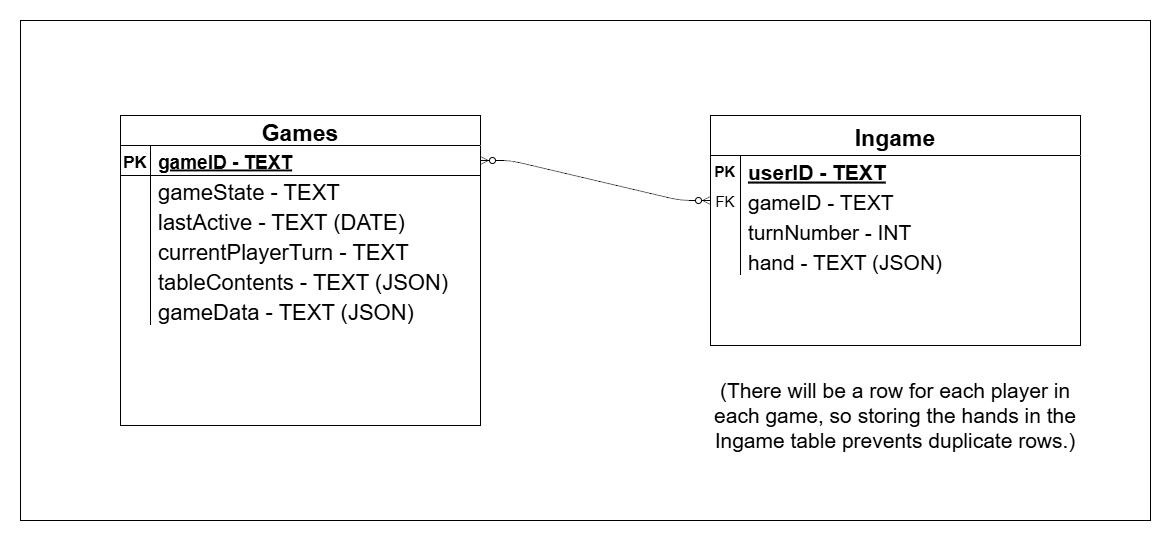
Before: ER_Diagram_Preliminary.png, a diagram exported from draw.io (wiz-rd/Rummikub). Source tidied: cells renumbered, new cells last; positions are measured from the earlier drawing's top-left corner, leaving out a move shared by most shapes.
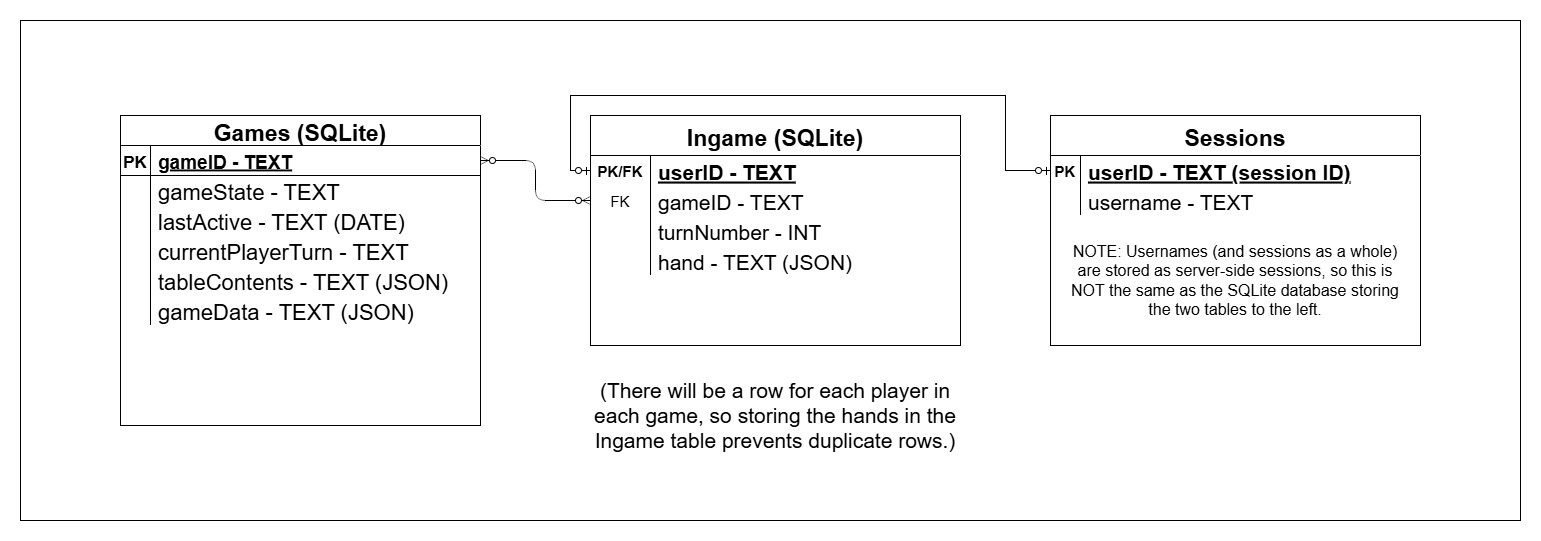
Later version of the same file.

What changed in the source:
```diff
@@ -3,51 +3,51 @@
     <mxCell id="0" />
     <mxCell id="1" parent="0" />
     <mxCell id="2" style="rounded=0;whiteSpace=wrap;html=1;fontSize=17;" parent="1" vertex="1">
-      <mxGeometry width="1130" height="500" as="geometry" />
+      <mxGeometry width="1500" height="500" as="geometry" />
     </mxCell>
-    <mxCell id="3" style="edgeStyle=entityRelationEdgeStyle;endArrow=ERzeroToMany;startArrow=ERzeroToMany;endFill=1;startFill=0;fontSize=17;" parent="1" edge="1" source="18" target="8">
+    <mxCell id="3" style="edgeStyle=orthogonalEdgeStyle;endArrow=ERzeroToMany;startArrow=ERzeroToMany;endFill=1;startFill=0;fontSize=17;" parent="1" edge="1" source="18" target="8">
       <mxGeometry relative="1" as="geometry" />
     </mxCell>
-    <mxCell id="4" value="Ingame" style="shape=table;startSize=40;rowLines=0;fontStyle=1;align=center;fontSize=23;" parent="1" vertex="1">
-      <mxGeometry x="690" y="95" width="370" height="230" as="geometry" />
+    <mxCell id="4" value="Ingame (SQLite)" style="shape=table;startSize=40;rowLines=0;fontStyle=1;align=center;fontSize=23;" parent="1" vertex="1">
+      <mxGeometry x="570" y="95" width="370" height="230" as="geometry" />
     </mxCell>
     <mxCell id="5" style="shape=partialRectangle;fillColor=none;points=[[0,0.5],[1,0.5]];portConstraint=eastwest;top=0;left=0;right=0;bottom=0;fontSize=17;labelBorderColor=none;textShadow=0;labelBackgroundColor=none;" parent="4" vertex="1">
       <mxGeometry y="40" width="370" height="30" as="geometry" />
     </mxCell>
-    <mxCell id="6" value="PK" style="shape=partialRectangle;overflow=hidden;fillColor=none;top=0;left=0;bottom=0;right=0;fontSize=15;labelBorderColor=none;fontStyle=1;" parent="5" vertex="1">
-      <mxGeometry width="30" height="30" as="geometry" />
+    <mxCell id="6" value="PK/FK" style="shape=partialRectangle;overflow=hidden;fillColor=none;top=0;left=0;bottom=0;right=0;fontSize=15;labelBorderColor=none;fontStyle=1;" parent="5" vertex="1">
+      <mxGeometry width="60" height="30" as="geometry" />
     </mxCell>
     <mxCell id="7" value="userID - TEXT" style="shape=partialRectangle;overflow=hidden;fillColor=none;top=0;left=0;bottom=0;right=0;align=left;spacingLeft=6;fontSize=21;labelBorderColor=none;fontStyle=5;" parent="5" vertex="1">
-      <mxGeometry x="30" width="340" height="30" as="geometry" />
+      <mxGeometry x="60" width="310" height="30" as="geometry" />
     </mxCell>
     <mxCell id="8" style="shape=partialRectangle;fillColor=none;points=[[0,0.5],[1,0.5]];portConstraint=eastwest;top=0;left=0;right=0;bottom=0;fontSize=17;" parent="4" vertex="1">
       <mxGeometry y="70" width="370" height="30" as="geometry" />
     </mxCell>
     <mxCell id="9" value="FK" style="shape=partialRectangle;overflow=hidden;fillColor=none;top=0;left=0;bottom=0;right=0;fontSize=15;" parent="8" vertex="1">
-      <mxGeometry width="30" height="30" as="geometry" />
+      <mxGeometry width="60" height="30" as="geometry" />
     </mxCell>
     <mxCell id="10" value="gameID - TEXT" style="shape=partialRectangle;overflow=hidden;fillColor=none;top=0;left=0;bottom=0;right=0;align=left;spacingLeft=6;fontSize=21;" parent="8" vertex="1">
-      <mxGeometry x="30" width="340" height="30" as="geometry" />
+      <mxGeometry x="60" width="310" height="30" as="geometry" />
     </mxCell>
     <mxCell id="11" style="shape=partialRectangle;fillColor=none;top=0;left=0;right=0;bottom=0;fontSize=17;" parent="4" vertex="1">
       <mxGeometry y="100" width="370" height="30" as="geometry" />
     </mxCell>
     <mxCell id="12" style="shape=partialRectangle;overflow=hidden;fillColor=none;top=0;left=0;bottom=0;right=0;fontSize=17;" parent="11" vertex="1">
-      <mxGeometry width="30" height="30" as="geometry" />
+      <mxGeometry width="60" height="30" as="geometry" />
     </mxCell>
     <mxCell id="13" value="turnNumber - INT" style="shape=partialRectangle;overflow=hidden;fillColor=none;top=0;left=0;bottom=0;right=0;align=left;spacingLeft=6;fontSize=21;" parent="11" vertex="1">
-      <mxGeometry x="30" width="340" height="30" as="geometry" />
+      <mxGeometry x="60" width="310" height="30" as="geometry" />
     </mxCell>
     <mxCell id="14" style="shape=partialRectangle;fillColor=none;top=0;left=0;right=0;bottom=0;fontSize=17;" parent="4" vertex="1">
       <mxGeometry y="130" width="370" height="30" as="geometry" />
     </mxCell>
     <mxCell id="15" style="shape=partialRectangle;overflow=hidden;fillColor=none;top=0;left=0;bottom=0;right=0;fontSize=17;" parent="14" vertex="1">
-      <mxGeometry width="30" height="30" as="geometry" />
+      <mxGeometry width="60" height="30" as="geometry" />
     </mxCell>
     <mxCell id="16" value="hand - TEXT (JSON)" style="shape=partialRectangle;overflow=hidden;fillColor=none;top=0;left=0;bottom=0;right=0;align=left;spacingLeft=6;fontSize=21;" parent="14" vertex="1">
-      <mxGeometry x="30" width="340" height="30" as="geometry" />
+      <mxGeometry x="60" width="310" height="30" as="geometry" />
     </mxCell>
-    <mxCell id="17" value="Games" style="shape=table;startSize=30;rowLines=0;fontStyle=1;align=center;fontSize=23;" parent="1" vertex="1">
+    <mxCell id="17" value="Games (SQLite)" style="shape=table;startSize=30;rowLines=0;fontStyle=1;align=center;fontSize=23;" parent="1" vertex="1">
       <mxGeometry x="100" y="95" width="360" height="310" as="geometry" />
     </mxCell>
     <mxCell id="18" style="shape=partialRectangle;fillColor=none;points=[[0,0.5],[1,0.5]];portConstraint=eastwest;top=0;left=0;right=0;bottom=1;fontSize=17;" parent="17" vertex="1">
@@ -105,7 +105,41 @@
       <mxGeometry x="30" width="330" height="30" as="geometry" />
     </mxCell>
     <mxCell id="36" value="(There will be a row for each player in each game, so storing the hands in the Ingame table prevents duplicate rows.)" style="text;html=1;align=center;verticalAlign=middle;whiteSpace=wrap;rounded=0;fontSize=21;" parent="1" vertex="1">
-      <mxGeometry x="690" y="345" width="370" height="100" as="geometry" />
+      <mxGeometry x="570" y="345" width="370" height="100" as="geometry" />
     </mxCell>
+    <mxCell id="37" value="Sessions" style="shape=table;startSize=40;rowLines=0;fontStyle=1;align=center;fontSize=23;" parent="1" vertex="1">
+      <mxGeometry x="1030" y="95" width="370" height="230" as="geometry" />
+    </mxCell>
+    <mxCell id="38" style="shape=partialRectangle;fillColor=none;points=[[0,0.5],[1,0.5]];portConstraint=eastwest;top=0;left=0;right=0;bottom=0;fontSize=17;labelBorderColor=none;textShadow=0;labelBackgroundColor=none;" parent="37" vertex="1">
+      <mxGeometry y="40" width="370" height="30" as="geometry" />
+    </mxCell>
+    <mxCell id="39" value="PK" style="shape=partialRectangle;overflow=hidden;fillColor=none;top=0;left=0;bottom=0;right=0;fontSize=15;labelBorderColor=none;fontStyle=1;" parent="38" vertex="1">
+      <mxGeometry width="30" height="30" as="geometry" />
+    </mxCell>
+    <mxCell id="40" value="userID - TEXT (session ID)" style="shape=partialRectangle;overflow=hidden;fillColor=none;top=0;left=0;bottom=0;right=0;align=left;spacingLeft=6;fontSize=21;labelBorderColor=none;fontStyle=5;" parent="38" vertex="1">
+      <mxGeometry x="30" width="340" height="30" as="geometry" />
+    </mxCell>
+    <mxCell id="41" style="shape=partialRectangle;fillColor=none;top=0;left=0;right=0;bottom=0;fontSize=17;" parent="37" vertex="1">
+      <mxGeometry y="70" width="370" height="30" as="geometry" />
+    </mxCell>
+    <mxCell id="42" style="shape=partialRectangle;overflow=hidden;fillColor=none;top=0;left=0;bottom=0;right=0;fontSize=15;" parent="41" vertex="1">
+      <mxGeometry width="30" height="30" as="geometry" />
+    </mxCell>
+    <mxCell id="43" value="username - TEXT" style="shape=partialRectangle;overflow=hidden;fillColor=none;top=0;left=0;bottom=0;right=0;align=left;spacingLeft=6;fontSize=21;" parent="41" vertex="1">
+      <mxGeometry x="30" width="340" height="30" as="geometry" />
+    </mxCell>
+    <mxCell id="44" value="NOTE: Usernames (and sessions as a whole) are stored as server-side sessions, so this is NOT the same as the SQLite database storing the two tables to the left." style="text;html=1;align=center;verticalAlign=middle;whiteSpace=wrap;rounded=0;fontSize=16;" parent="1" vertex="1">
+      <mxGeometry x="1045" y="205" width="340" height="110" as="geometry" />
+    </mxCell>
+    <mxCell id="45" style="edgeStyle=orthogonalEdgeStyle;rounded=0;jettySize=auto;html=1;exitX=0;exitY=0.5;exitDx=0;exitDy=0;entryX=0;entryY=0.5;entryDx=0;entryDy=0;endArrow=ERzeroToOne;endFill=0;startArrow=ERzeroToOne;startFill=0;" parent="1" edge="1" source="38" target="5">
+      <mxGeometry relative="1" as="geometry">
+        <Array as="points">
+          <mxPoint x="985" y="150" />
+          <mxPoint x="985" y="75" />
+          <mxPoint x="550" y="75" />
+          <mxPoint x="550" y="150" />
+        </Array>
+      </mxGeometry>
+    </mxCell>
   </root>
 </mxGraphModel>
```
